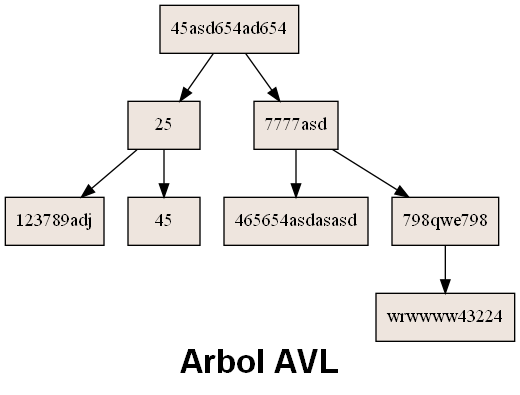
findlesscopy/-EDD_2S-BatallaNaval_202001800 keeps this Graphviz diagram as Fase 2/AVL.png. Above is the earlier version. Its source is kept beside it as Fase 2/AVL.dot. Source of this version:
```dot
digraph G{label = "Arbol AVL" fontname="Arial Black" fontsize="25pt";
node [shape = box, style=filled, fillcolor=seashell2];
nodo4[ label = "45asd654ad654"];
nodo1[ label = "25"];
nodo7[ label = "123789adj"];
nodo1:C0->nodo7
nodo2[ label = "45"];
nodo1:C1->nodo2
nodo4:C0->nodo1
nodo3[ label = "7777asd"];
nodo6[ label = "465654asdasasd"];
nodo3:C0->nodo6
nodo5[ label = "798qwe798"];
nodo8[ label = "wrwwww43224"];
nodo5:C1->nodo8
nodo3:C1->nodo5
nodo4:C1->nodo3

}
```
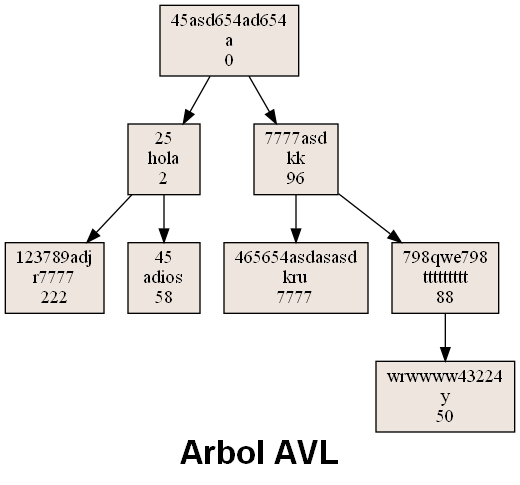
The same diagram one commit later.

The edit, as a diff of the source:
```diff
@@ -1,17 +1,33 @@
 digraph G{label = "Arbol AVL" fontname="Arial Black" fontsize="25pt";
 node [shape = box, style=filled, fillcolor=seashell2];
-nodo4[ label = "45asd654ad654"];
-nodo1[ label = "25"];
-nodo7[ label = "123789adj"];
+nodo4[ label = "45asd654ad654
+a
+0"];
+nodo1[ label = "25
+hola
+2"];
+nodo7[ label = "123789adj
+r7777
+222"];
 nodo1:C0->nodo7
-nodo2[ label = "45"];
+nodo2[ label = "45
+adios
+58"];
 nodo1:C1->nodo2
 nodo4:C0->nodo1
-nodo3[ label = "7777asd"];
-nodo6[ label = "465654asdasasd"];
+nodo3[ label = "7777asd
+kk
+96"];
+nodo6[ label = "465654asdasasd
+kru
+7777"];
 nodo3:C0->nodo6
-nodo5[ label = "798qwe798"];
-nodo8[ label = "wrwwww43224"];
+nodo5[ label = "798qwe798
+ttttttttt
+88"];
+nodo8[ label = "wrwwww43224
+y
+50"];
 nodo5:C1->nodo8
 nodo3:C1->nodo5
 nodo4:C1->nodo3
```
